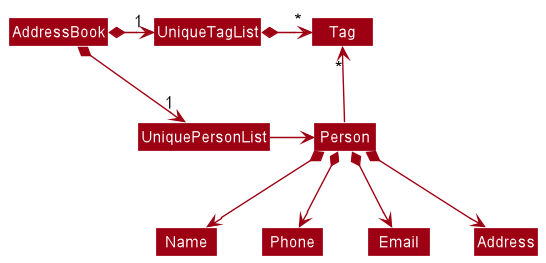
This is docs/images/BetterModelClassDiagram.png from nus-cs2103-AY2223S1/tp, a PlantUML export, as it was before one commit.
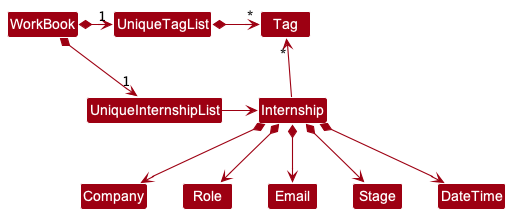
The same diagram one commit later.

Diff of the diagram source:
```diff
@@ -4,18 +4,21 @@
 skinparam arrowColor MODEL_COLOR
 skinparam classBackgroundColor MODEL_COLOR
 
-AddressBook *-right-> "1" UniquePersonList
-AddressBook *-right-> "1" UniqueTagList
-UniqueTagList -[hidden]down- UniquePersonList
-UniqueTagList -[hidden]down- UniquePersonList
+WorkBook *-right-> "1" UniqueInternshipList
+WorkBook *-right-> "1" UniqueTagList
+UniqueTagList -[hidden]down- UniqueInternshipList
+UniqueTagList -[hidden]down- UniqueInternshipList
 
 UniqueTagList *-right-> "*" Tag
-UniquePersonList -right-> Person
+UniqueInternshipList -right-> Internship
 
-Person -up-> "*" Tag
+Internship -up-> "*" Tag
 
-Person *--> Name
-Person *--> Phone
-Person *--> Email
-Person *--> Address
+Internship *--> Company
+Internship *--> Role
+Internship *--> Email
+Internship *--> Stage
+Internship *--> DateTime
+
+
 @enduml
```
